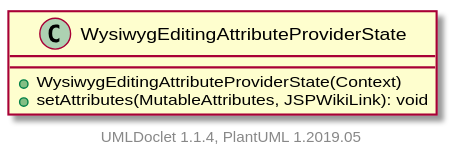
Earlier version of the PlantUML export apidocs/2.11.0.M8-SNAPSHOT/org/apache/wiki/markdown/extensions/jspwikilinks/attributeprovider/WysiwygEditingAttributeProviderState.svg (apache/jspwiki-site).
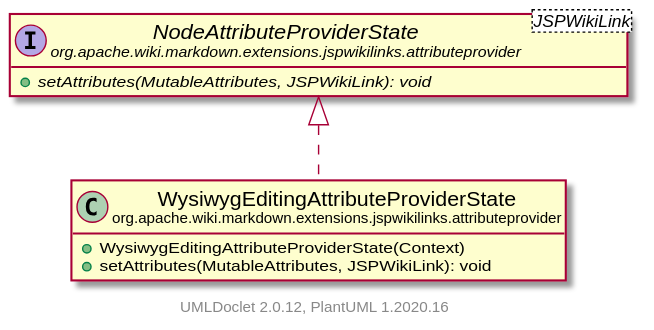
Above is the later version.

Diff of the diagram source:
```diff
@@ -1,10 +1,18 @@
 @startuml
+    set namespaceSeparator none
+    hide empty fields
+    hide empty methods
 
-    class WysiwygEditingAttributeProviderState [[WysiwygEditingAttributeProviderState.html]] {
+    class "<size:14>WysiwygEditingAttributeProviderState\n<size:10>org.apache.wiki.markdown.extensions.jspwikilinks.attributeprovider" as org.apache.wiki.markdown.extensions.jspwikilinks.attributeprovider.WysiwygEditingAttributeProviderState [[WysiwygEditingAttributeProviderState.html]] {
         +WysiwygEditingAttributeProviderState(Context)
         +setAttributes(MutableAttributes, JSPWikiLink): void
     }
 
+    interface "<size:14>NodeAttributeProviderState\n<size:10>org.apache.wiki.markdown.extensions.jspwikilinks.attributeprovider" as org.apache.wiki.markdown.extensions.jspwikilinks.attributeprovider.NodeAttributeProviderState<JSPWikiLink> [[NodeAttributeProviderState.html]] {
+        {abstract} +setAttributes(MutableAttributes, JSPWikiLink): void
+    }
 
-    center footer UMLDoclet 1.1.4, PlantUML 1.2019.05
+    org.apache.wiki.markdown.extensions.jspwikilinks.attributeprovider.NodeAttributeProviderState <|.. org.apache.wiki.markdown.extensions.jspwikilinks.attributeprovider.WysiwygEditingAttributeProviderState
+
+    center footer UMLDoclet 2.0.12, PlantUML 1.2020.16
 @enduml
```
